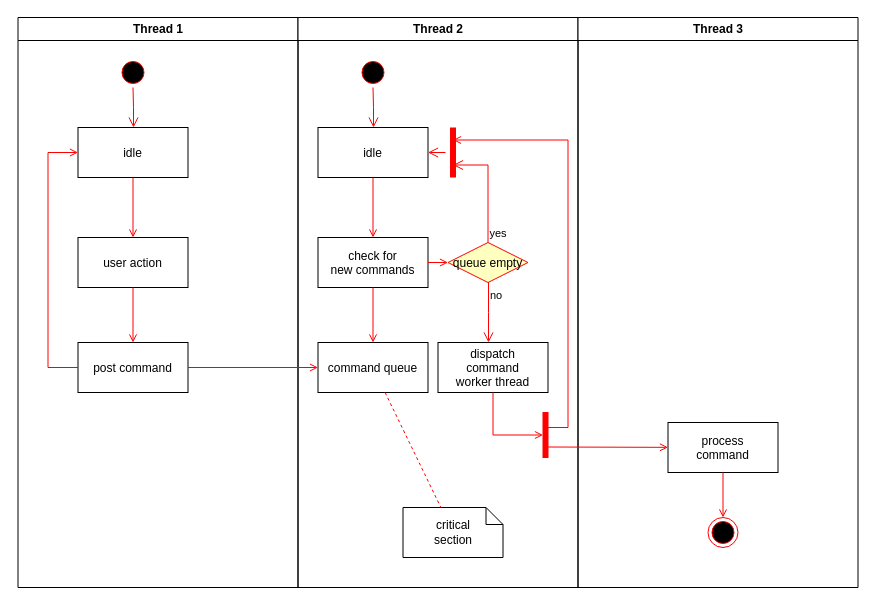
Above: Диаграмма без названия.drawio in ivanNikolaev123/projct (draw.io), before the change. Source tidied: cells renumbered, new cells numbered last; positions are measured from the earlier drawing's top-left corner, leaving out a move shared by most shapes. Both pictures are drawn from the tidied source at 100%, with x=0, y=0 at pixel (17, 17).
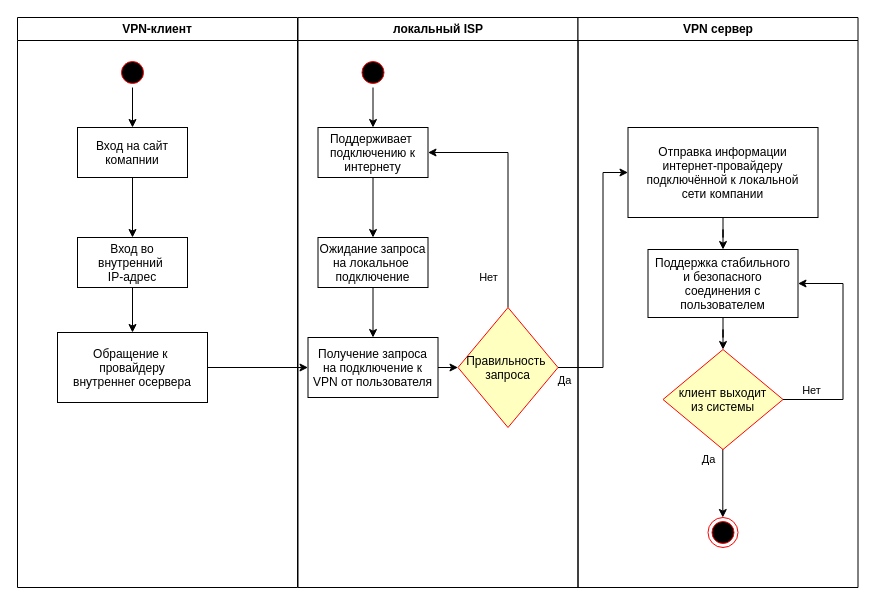
After the change.

Commit message:
VPN-diagram

Unchanged cells that the change refers to:
```xml
<mxCell id="3" style="ellipse;shape=startState;fillColor=#000000;strokeColor=#ff0000;" parent="2" vertex="1">
  <mxGeometry x="100" y="40" width="30" height="30" as="geometry" />
</mxCell>
<mxCell id="12" style="ellipse;shape=startState;fillColor=#000000;strokeColor=#ff0000;" parent="11" vertex="1">
  <mxGeometry x="60" y="40" width="30" height="30" as="geometry" />
</mxCell>
<mxCell id="34" style="ellipse;shape=endState;fillColor=#000000;strokeColor=#ff0000;" parent="30" vertex="1">
  <mxGeometry x="130" y="500" width="30" height="30" as="geometry" />
</mxCell>
```

What changed in the source:
```diff
@@
-    <mxCell id="2" value="Thread 1" style="swimlane;whiteSpace=wrap;" parent="1" vertex="1">
-      <mxGeometry x="0.5" width="280" height="570" as="geometry" />
+    <mxCell id="2" value="VPN-клиент" style="swimlane;whiteSpace=wrap;" parent="1" vertex="1">
+      <mxGeometry width="280" height="570" as="geometry" />
     </mxCell>
+    <mxCell id="4" style="edgeStyle=orthogonalEdgeStyle;rounded=0;jettySize=auto;html=1;" parent="2" edge="1" source="3" target="5">
+      <mxGeometry relative="1" as="geometry" />
+    </mxCell>
@@
-    <mxCell id="4" style="edgeStyle=elbowEdgeStyle;elbow=horizontal;verticalAlign=bottom;endArrow=open;endSize=8;strokeColor=#FF0000;endFill=1;rounded=0;" parent="2" edge="1" source="3" target="5">
-      <mxGeometry x="100" y="40" as="geometry" />
-    </mxCell>
+    <mxCell id="7" style="edgeStyle=orthogonalEdgeStyle;rounded=0;jettySize=auto;html=1;" parent="2" edge="1" source="5" target="6">
+      <mxGeometry relative="1" as="geometry" />
+    </mxCell>
-    <mxCell id="5" value="idle" parent="2" vertex="1">
+    <mxCell id="5" value="Вход на сайт &#10;комапнии" parent="2" vertex="1">
       <mxGeometry x="60" y="110" width="110" height="50" as="geometry" />
     </mxCell>
+    <mxCell id="9" style="edgeStyle=orthogonalEdgeStyle;rounded=0;jettySize=auto;html=1;" parent="2" edge="1" source="6" target="8">
+      <mxGeometry relative="1" as="geometry" />
+    </mxCell>
-    <mxCell id="6" value="user action" parent="2" vertex="1">
+    <mxCell id="6" value="Вход во&#10;внутренний &#10;IP-адрес" parent="2" vertex="1">
       <mxGeometry x="60" y="220" width="110" height="50" as="geometry" />
     </mxCell>
-    <mxCell id="7" style="endArrow=open;strokeColor=#FF0000;endFill=1;rounded=0;" parent="2" edge="1" source="5" target="6">
-      <mxGeometry relative="1" as="geometry" />
-    </mxCell>
-    <mxCell id="8" value="post command" parent="2" vertex="1">
-      <mxGeometry x="60" y="325" width="110" height="50" as="geometry" />
+    <mxCell id="8" value="Обращение к &#10;провайдеру&#10;внутреннег осервера" parent="2" vertex="1">
+      <mxGeometry x="40" y="315" width="150" height="70" as="geometry" />
     </mxCell>
-    <mxCell id="9" style="endArrow=open;strokeColor=#FF0000;endFill=1;rounded=0;" parent="2" edge="1" source="6" target="8">
-      <mxGeometry relative="1" as="geometry" />
-    </mxCell>
-    <mxCell id="10" style="edgeStyle=elbowEdgeStyle;elbow=horizontal;strokeColor=#FF0000;endArrow=open;endFill=1;rounded=0;" parent="2" edge="1" source="8" target="5">
-      <mxGeometry relative="1" as="geometry">
-        <Array as="points">
-          <mxPoint x="30" y="250" />
-        </Array>
-      </mxGeometry>
-    </mxCell>
-    <mxCell id="11" value="Thread 2" style="swimlane;whiteSpace=wrap;" parent="1" vertex="1">
+    <mxCell id="11" value="локальный ISP" style="swimlane;whiteSpace=wrap;" parent="1" vertex="1">
       <mxGeometry x="280.5" width="280" height="570" as="geometry" />
     </mxCell>
+    <mxCell id="13" style="edgeStyle=orthogonalEdgeStyle;rounded=0;jettySize=auto;html=1;" parent="11" edge="1" source="12" target="14">
+      <mxGeometry relative="1" as="geometry" />
+    </mxCell>
@@
-    <mxCell id="13" style="edgeStyle=elbowEdgeStyle;elbow=horizontal;verticalAlign=bottom;endArrow=open;endSize=8;strokeColor=#FF0000;endFill=1;rounded=0;" parent="11" edge="1" source="12" target="14">
-      <mxGeometry x="40" y="20" as="geometry" />
-    </mxCell>
+    <mxCell id="16" style="edgeStyle=orthogonalEdgeStyle;rounded=0;jettySize=auto;html=1;" parent="11" edge="1" source="14" target="15">
+      <mxGeometry relative="1" as="geometry" />
+    </mxCell>
-    <mxCell id="14" value="idle" parent="11" vertex="1">
+    <mxCell id="14" value="Поддерживает &#10;подключению к&#10;интернету" parent="11" vertex="1">
       <mxGeometry x="20" y="110" width="110" height="50" as="geometry" />
     </mxCell>
+    <mxCell id="18" style="edgeStyle=orthogonalEdgeStyle;rounded=0;jettySize=auto;html=1;" parent="11" edge="1" source="15" target="17">
+      <mxGeometry relative="1" as="geometry" />
+    </mxCell>
-    <mxCell id="15" value="check for &#10;new commands" parent="11" vertex="1">
+    <mxCell id="15" value="Ожидание запроса&#10;на локальное &#10;подключение" parent="11" vertex="1">
       <mxGeometry x="20" y="220" width="110" height="50" as="geometry" />
     </mxCell>
-    <mxCell id="16" style="endArrow=open;strokeColor=#FF0000;endFill=1;rounded=0;" parent="11" edge="1" source="14" target="15">
-      <mxGeometry relative="1" as="geometry" />
-    </mxCell>
+    <mxCell id="37" style="edgeStyle=orthogonalEdgeStyle;rounded=0;jettySize=auto;html=1;exitX=1;exitY=0.5;exitDx=0;exitDy=0;entryX=0;entryY=0.5;entryDx=0;entryDy=0;" parent="11" edge="1" source="17" target="19">
+      <mxGeometry relative="1" as="geometry" />
+    </mxCell>
-    <mxCell id="17" value="command queue" parent="11" vertex="1">
-      <mxGeometry x="20" y="325" width="110" height="50" as="geometry" />
+    <mxCell id="17" value="Получение запроса&#10;на подключение к&#10;VPN от пользователя" parent="11" vertex="1">
+      <mxGeometry x="10" y="320" width="130" height="60" as="geometry" />
     </mxCell>
-    <mxCell id="18" style="endArrow=open;strokeColor=#FF0000;endFill=1;rounded=0;" parent="11" edge="1" source="15" target="17">
-      <mxGeometry relative="1" as="geometry" />
-    </mxCell>
+    <mxCell id="38" style="edgeStyle=orthogonalEdgeStyle;rounded=0;jettySize=auto;html=1;exitX=0.5;exitY=0;exitDx=0;exitDy=0;entryX=1;entryY=0.5;entryDx=0;entryDy=0;" parent="11" edge="1" source="19" target="14">
+      <mxGeometry relative="1" as="geometry" />
+    </mxCell>
+    <mxCell id="39" value="Нет" style="edgeLabel;html=1;align=center;verticalAlign=middle;" parent="38" vertex="1">
+      <mxGeometry x="-0.74" y="-1" relative="1" as="geometry">
+        <mxPoint x="-21" as="offset" />
+      </mxGeometry>
+    </mxCell>
-    <mxCell id="19" value="queue empty" style="rhombus;fillColor=#ffffc0;strokeColor=#ff0000;" parent="11" vertex="1">
-      <mxGeometry x="150" y="225" width="80" height="40" as="geometry" />
+    <mxCell id="19" value="Правильность &#10;запроса" style="rhombus;fillColor=#ffffc0;strokeColor=#ff0000;" parent="11" vertex="1">
+      <mxGeometry x="160" y="290" width="100" height="120" as="geometry" />
     </mxCell>
-    <mxCell id="20" value="yes" style="edgeStyle=elbowEdgeStyle;elbow=horizontal;align=left;verticalAlign=bottom;endArrow=open;endSize=8;strokeColor=#FF0000;exitX=0.5;exitY=0;endFill=1;rounded=0;entryX=0.75;entryY=0.5;entryPerimeter=0;" parent="11" edge="1" source="19" target="23">
-      <mxGeometry x="-1" relative="1" as="geometry">
-        <Array as="points">
-          <mxPoint x="190" y="180" />
-        </Array>
-      </mxGeometry>
-    </mxCell>
-    <mxCell id="21" value="no" style="edgeStyle=elbowEdgeStyle;elbow=horizontal;align=left;verticalAlign=top;endArrow=open;endSize=8;strokeColor=#FF0000;endFill=1;rounded=0;" parent="11" edge="1" source="19" target="25">
-      <mxGeometry x="-1" relative="1" as="geometry" />
-    </mxCell>
-    <mxCell id="22" style="endArrow=open;strokeColor=#FF0000;endFill=1;rounded=0;" parent="11" edge="1" source="15" target="19">
-      <mxGeometry relative="1" as="geometry" />
-    </mxCell>
-    <mxCell id="23" style="shape=line;strokeWidth=6;strokeColor=#ff0000;rotation=90;" parent="11" vertex="1">
-      <mxGeometry x="130" y="127.5" width="50" height="15" as="geometry" />
-    </mxCell>
-    <mxCell id="24" style="edgeStyle=elbowEdgeStyle;elbow=horizontal;verticalAlign=bottom;endArrow=open;endSize=8;strokeColor=#FF0000;endFill=1;rounded=0;" parent="11" edge="1" source="23" target="14">
-      <mxGeometry x="130" y="90" as="geometry" />
-    </mxCell>
-    <mxCell id="25" value="dispatch&#10;command&#10;worker thread" parent="11" vertex="1">
-      <mxGeometry x="140" y="325" width="110" height="50" as="geometry" />
-    </mxCell>
-    <mxCell id="26" value="critical&#10;section" style="shape=note;whiteSpace=wrap;size=17;" parent="11" vertex="1">
-      <mxGeometry x="105" y="490" width="100" height="50" as="geometry" />
-    </mxCell>
-    <mxCell id="27" style="endArrow=none;strokeColor=#FF0000;endFill=0;rounded=0;dashed=1;" parent="11" edge="1" source="17" target="26">
-      <mxGeometry relative="1" as="geometry" />
-    </mxCell>
-    <mxCell id="28" style="whiteSpace=wrap;strokeColor=#FF0000;fillColor=#FF0000;" parent="11" vertex="1">
-      <mxGeometry x="245" y="395" width="5" height="45" as="geometry" />
-    </mxCell>
-    <mxCell id="29" style="edgeStyle=elbowEdgeStyle;elbow=horizontal;entryX=0;entryY=0.5;strokeColor=#FF0000;endArrow=open;endFill=1;rounded=0;" parent="11" edge="1" source="25" target="28">
-      <mxGeometry relative="1" as="geometry">
-        <Array as="points">
-          <mxPoint x="195" y="400" />
-        </Array>
-      </mxGeometry>
-    </mxCell>
-    <mxCell id="30" value="Thread 3" style="swimlane;whiteSpace=wrap;" parent="1" vertex="1">
+    <mxCell id="30" value="VPN сервер" style="swimlane;whiteSpace=wrap;" parent="1" vertex="1">
       <mxGeometry x="560.5" width="280" height="570" as="geometry" />
     </mxCell>
-    <mxCell id="31" value="process&#10;command" parent="30" vertex="1">
-      <mxGeometry x="90" y="405" width="110" height="50" as="geometry" />
-    </mxCell>
-    <mxCell id="32" style="edgeStyle=elbowEdgeStyle;elbow=horizontal;strokeColor=#FF0000;endArrow=open;endFill=1;rounded=0;entryX=0.25;entryY=0.5;entryPerimeter=0;" parent="30" edge="1" target="23">
-      <mxGeometry relative="1" as="geometry">
-        <mxPoint x="-30" y="410" as="sourcePoint" />
-        <Array as="points">
-          <mxPoint x="-10" y="135" />
-        </Array>
-      </mxGeometry>
-    </mxCell>
-    <mxCell id="33" style="edgeStyle=none;strokeColor=#FF0000;endArrow=open;endFill=1;rounded=0;" parent="30" edge="1" target="31">
-      <mxGeometry relative="1" as="geometry">
-        <mxPoint x="-30" y="429.5" as="sourcePoint" />
-      </mxGeometry>
-    </mxCell>
@@
-    <mxCell id="35" style="endArrow=open;strokeColor=#FF0000;endFill=1;rounded=0;" parent="30" edge="1" source="31" target="34">
-      <mxGeometry relative="1" as="geometry" />
-    </mxCell>
+    <mxCell id="40" style="edgeStyle=orthogonalEdgeStyle;rounded=0;orthogonalLoop=1;jettySize=auto;html=1;exitX=0.5;exitY=1;exitDx=0;exitDy=0;entryX=0.5;entryY=0;entryDx=0;entryDy=0;" parent="30" edge="1">
+      <mxGeometry relative="1" as="geometry">
+        <mxPoint x="144.8" y="415" as="sourcePoint" />
+        <mxPoint x="144.8" y="500" as="targetPoint" />
+      </mxGeometry>
+    </mxCell>
+    <mxCell id="41" value="Да" style="edgeLabel;html=1;align=center;verticalAlign=middle;" parent="40" vertex="1">
+      <mxGeometry x="-0.39" y="-3" relative="1" as="geometry">
+        <mxPoint x="-12" as="offset" />
+      </mxGeometry>
+    </mxCell>
+    <mxCell id="42" style="edgeStyle=orthogonalEdgeStyle;rounded=0;jettySize=auto;html=1;exitX=1;exitY=0.5;exitDx=0;exitDy=0;entryX=1;entryY=0.5;entryDx=0;entryDy=0;" parent="30" edge="1" source="44" target="48">
+      <mxGeometry relative="1" as="geometry">
+        <Array as="points">
+          <mxPoint x="265" y="382" />
+          <mxPoint x="265" y="266" />
+        </Array>
+      </mxGeometry>
+    </mxCell>
+    <mxCell id="43" value="Нет" style="edgeLabel;html=1;align=center;verticalAlign=middle;" parent="42" vertex="1">
+      <mxGeometry x="-0.88" y="-2" relative="1" as="geometry">
+        <mxPoint x="15" y="-12" as="offset" />
+      </mxGeometry>
+    </mxCell>
+    <mxCell id="44" value="клиент выходит&#10;из системы" style="rhombus;fillColor=#ffffc0;strokeColor=#ff0000;" parent="30" vertex="1">
+      <mxGeometry x="85" y="332" width="120" height="100" as="geometry" />
+    </mxCell>
+    <mxCell id="45" style="edgeStyle=orthogonalEdgeStyle;rounded=0;jettySize=auto;html=1;" parent="30" edge="1" source="46" target="48">
+      <mxGeometry relative="1" as="geometry" />
+    </mxCell>
+    <mxCell id="46" value="Отправка информации&#10;интернет-провайдеру&#10;подключённой к локальной&#10;сети компании" parent="30" vertex="1">
+      <mxGeometry x="50" y="110" width="190" height="90" as="geometry" />
+    </mxCell>
+    <mxCell id="47" style="edgeStyle=orthogonalEdgeStyle;rounded=0;jettySize=auto;html=1;entryX=0.5;entryY=0;entryDx=0;entryDy=0;" parent="30" edge="1" source="48" target="44">
+      <mxGeometry relative="1" as="geometry" />
+    </mxCell>
+    <mxCell id="48" value="Поддержка стабильного&#10;и безопасного&#10;соединения с&#10;пользователем" parent="30" vertex="1">
+      <mxGeometry x="70" y="232" width="150" height="68" as="geometry" />
+    </mxCell>
-    <mxCell id="36" style="endArrow=open;strokeColor=#FF0000;endFill=1;rounded=0;" parent="1" edge="1" source="8" target="17">
+    <mxCell id="36" style="edgeStyle=orthogonalEdgeStyle;rounded=0;jettySize=auto;html=1;" parent="1" edge="1" source="8" target="17">
       <mxGeometry relative="1" as="geometry" />
     </mxCell>
+    <mxCell id="49" style="edgeStyle=orthogonalEdgeStyle;rounded=0;jettySize=auto;html=1;entryX=0;entryY=0.5;entryDx=0;entryDy=0;" parent="1" edge="1" source="19" target="46">
+      <mxGeometry relative="1" as="geometry">
+        <Array as="points">
+          <mxPoint x="585.5" y="350" />
+          <mxPoint x="585.5" y="155" />
+        </Array>
+      </mxGeometry>
+    </mxCell>
+    <mxCell id="50" value="Да" style="edgeLabel;html=1;align=center;verticalAlign=middle;" parent="49" vertex="1">
+      <mxGeometry x="-0.91" y="-3" relative="1" as="geometry">
+        <mxPoint x="-6" y="9" as="offset" />
+      </mxGeometry>
+    </mxCell>
```
